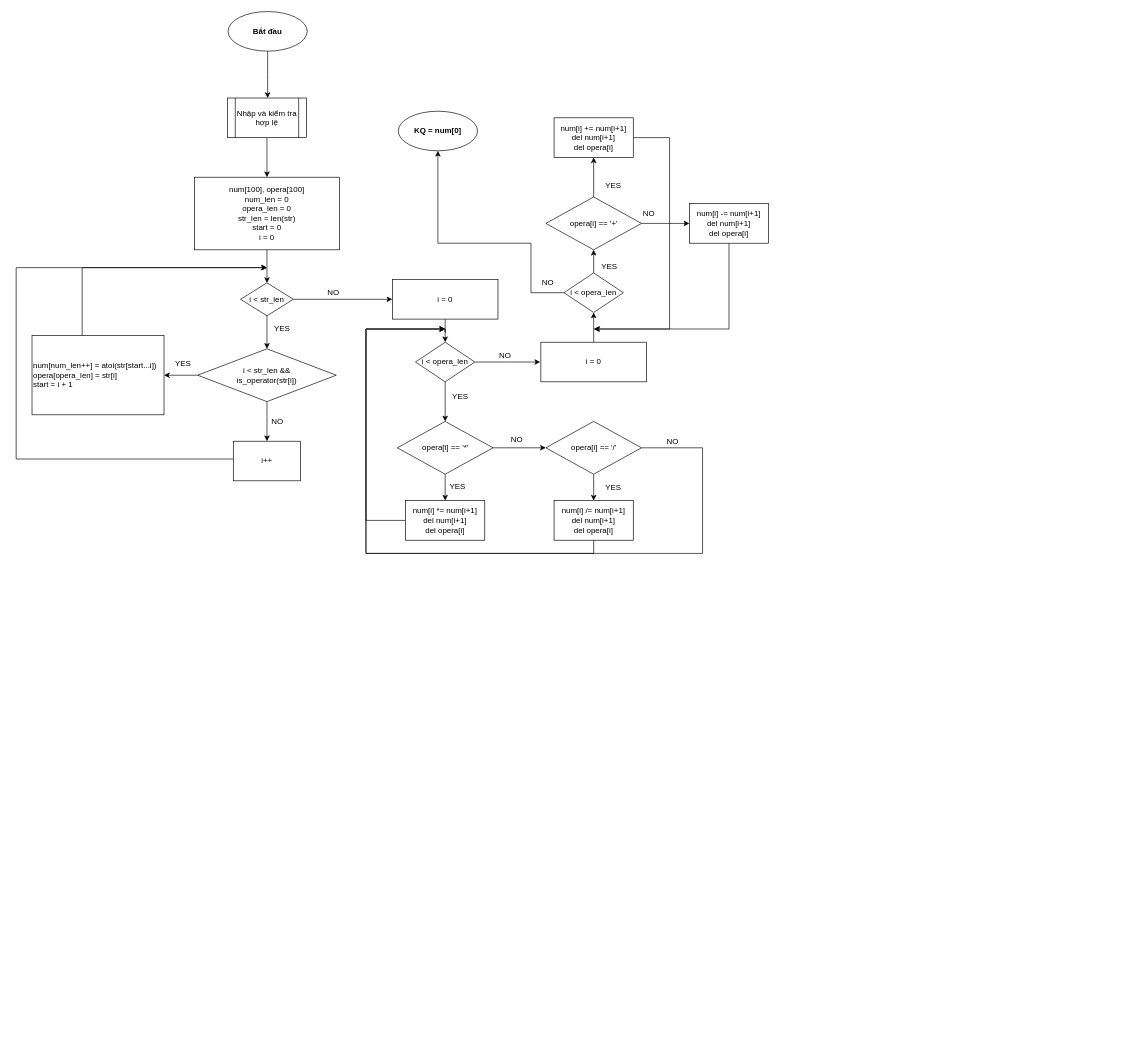
The draw.io diagram page "Main" (1 of 2) of Diagram.drawio in behitek/draw.io, before the edit. Source tidied: cells renumbered, new cells numbered last; positions are measured from the earlier drawing's top-left corner, leaving out a move shared by most shapes. Both pictures are drawn from the tidied source at 66%, with x=0, y=0 at pixel (16, 11).
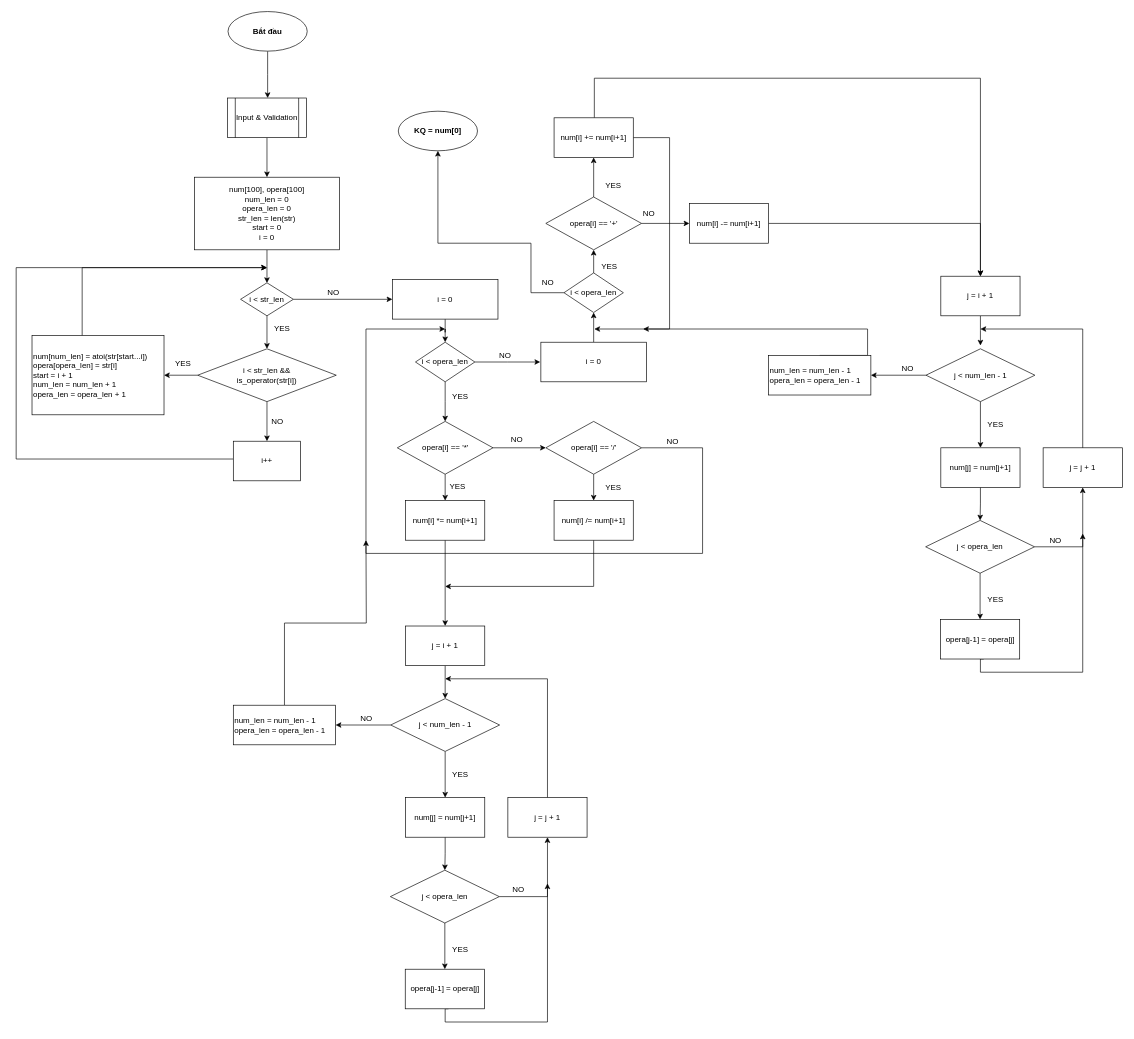
Above is the later version.

Change to the diagram source:
```diff
@@
-    <mxCell id="17" value="num[num_len++] = atoi(str[start...i])&lt;br&gt;opera[opera_len] = str[i]&lt;br&gt;start = i + 1&lt;br&gt;" style="rounded=0;whiteSpace=wrap;html=1;align=left;" parent="1" vertex="1">
+    <mxCell id="17" value="num[num_len] = atoi(str[start...i])&lt;br&gt;opera[opera_len] = str[i]&lt;br&gt;start = i + 1&lt;br&gt;num_len = num_len + 1&lt;br&gt;opera_len = opera_len + 1&lt;br&gt;" style="rounded=0;whiteSpace=wrap;html=1;align=left;" parent="1" vertex="1">
       <mxGeometry x="24" y="491" width="200" height="120" as="geometry" />
     </mxCell>
@@
-    <mxCell id="32" style="edgeStyle=orthogonalEdgeStyle;rounded=0;jettySize=auto;html=1;exitX=0;exitY=0.5;exitDx=0;exitDy=0;" parent="1" edge="1" source="33">
-      <mxGeometry relative="1" as="geometry">
-        <mxPoint x="650" y="481" as="targetPoint" />
-        <Array as="points">
-          <mxPoint x="530" y="771" />
-          <mxPoint x="530" y="481" />
-        </Array>
-      </mxGeometry>
-    </mxCell>
+    <mxCell id="60" style="edgeStyle=orthogonalEdgeStyle;rounded=0;jettySize=auto;html=1;exitX=0.5;exitY=1;exitDx=0;exitDy=0;entryX=0.5;entryY=0;entryDx=0;entryDy=0;" parent="1" edge="1" source="33" target="65">
+      <mxGeometry relative="1" as="geometry" />
+    </mxCell>
-    <mxCell id="33" value="num[i] *= num[i+1]&lt;br&gt;del num[i+1]&lt;br&gt;del opera[i]&lt;br&gt;" style="rounded=0;whiteSpace=wrap;html=1;align=center;" parent="1" vertex="1">
+    <mxCell id="33" value="num[i] *= num[i+1]&lt;br&gt;" style="rounded=0;whiteSpace=wrap;html=1;align=center;" parent="1" vertex="1">
       <mxGeometry x="590" y="741" width="120" height="60" as="geometry" />
     </mxCell>
@@
-    <mxCell id="36" style="edgeStyle=orthogonalEdgeStyle;rounded=0;jettySize=auto;html=1;exitX=0.5;exitY=1;exitDx=0;exitDy=0;" parent="1" edge="1" source="37">
-      <mxGeometry relative="1" as="geometry">
-        <mxPoint x="650" y="481" as="targetPoint" />
-        <Array as="points">
-          <mxPoint x="875" y="821" />
-          <mxPoint x="530" y="821" />
-          <mxPoint x="530" y="481" />
-        </Array>
-      </mxGeometry>
-    </mxCell>
+    <mxCell id="61" style="edgeStyle=orthogonalEdgeStyle;rounded=0;jettySize=auto;html=1;exitX=0.5;exitY=1;exitDx=0;exitDy=0;" parent="1" edge="1" source="37">
+      <mxGeometry relative="1" as="geometry">
+        <mxPoint x="650" y="871" as="targetPoint" />
+        <Array as="points">
+          <mxPoint x="875" y="871" />
+          <mxPoint x="650" y="871" />
+        </Array>
+      </mxGeometry>
+    </mxCell>
-    <mxCell id="37" value="num[i] /= num[i+1]&lt;br&gt;del num[i+1]&lt;br&gt;del opera[i]&lt;br&gt;" style="rounded=0;whiteSpace=wrap;html=1;align=center;" parent="1" vertex="1">
+    <mxCell id="37" value="num[i] /= num[i+1]&lt;br&gt;" style="rounded=0;whiteSpace=wrap;html=1;align=center;" parent="1" vertex="1">
       <mxGeometry x="815" y="741" width="120" height="60" as="geometry" />
     </mxCell>
@@
+    <mxCell id="62" style="edgeStyle=orthogonalEdgeStyle;rounded=0;jettySize=auto;html=1;exitX=0.5;exitY=0;exitDx=0;exitDy=0;entryX=0.5;entryY=0;entryDx=0;entryDy=0;" parent="1" edge="1" target="83">
+      <mxGeometry relative="1" as="geometry">
+        <mxPoint x="876" y="161" as="sourcePoint" />
+        <Array as="points">
+          <mxPoint x="876" y="101" />
+          <mxPoint x="1461" y="101" />
+        </Array>
+      </mxGeometry>
+    </mxCell>
-    <mxCell id="48" value="num[i] += num[i+1]&lt;br&gt;del num[i+1]&lt;br&gt;del opera[i]&lt;br&gt;" style="rounded=0;whiteSpace=wrap;html=1;align=center;" parent="1" vertex="1">
+    <mxCell id="48" value="num[i] += num[i+1]&lt;br&gt;" style="rounded=0;whiteSpace=wrap;html=1;align=center;" parent="1" vertex="1">
       <mxGeometry x="815" y="161" width="120" height="60" as="geometry" />
     </mxCell>
@@
-    <mxCell id="54" style="edgeStyle=orthogonalEdgeStyle;rounded=0;jettySize=auto;html=1;exitX=0.5;exitY=1;exitDx=0;exitDy=0;" parent="1" edge="1" source="55">
-      <mxGeometry relative="1" as="geometry">
-        <mxPoint x="875" y="481" as="targetPoint" />
-        <Array as="points">
-          <mxPoint x="1080" y="481" />
-        </Array>
-      </mxGeometry>
-    </mxCell>
+    <mxCell id="63" style="edgeStyle=orthogonalEdgeStyle;rounded=0;jettySize=auto;html=1;exitX=1;exitY=0.5;exitDx=0;exitDy=0;" parent="1" edge="1" source="55" target="83">
+      <mxGeometry relative="1" as="geometry" />
+    </mxCell>
-    <mxCell id="55" value="num[i] -= num[i+1]&lt;br&gt;del num[i+1]&lt;br&gt;del opera[i]&lt;br&gt;" style="rounded=0;whiteSpace=wrap;html=1;align=center;" parent="1" vertex="1">
+    <mxCell id="55" value="num[i] -= num[i+1]&lt;br&gt;" style="rounded=0;whiteSpace=wrap;html=1;align=center;" parent="1" vertex="1">
       <mxGeometry x="1020" y="291" width="120" height="60" as="geometry" />
     </mxCell>
@@
-    <mxCell id="59" value="Nhập và kiểm tra hợp lệ" style="shape=process;whiteSpace=wrap;html=1;backgroundOutline=1;" parent="1" vertex="1">
+    <mxCell id="59" value="Input &amp;amp; Validation" style="shape=process;whiteSpace=wrap;html=1;backgroundOutline=1;" parent="1" vertex="1">
       <mxGeometry x="320" y="131" width="120" height="60" as="geometry" />
     </mxCell>
+    <mxCell id="64" style="edgeStyle=orthogonalEdgeStyle;rounded=0;jettySize=auto;html=1;exitX=0.5;exitY=1;exitDx=0;exitDy=0;entryX=0.5;entryY=0;entryDx=0;entryDy=0;" parent="1" edge="1" source="65" target="68">
+      <mxGeometry relative="1" as="geometry" />
+    </mxCell>
+    <mxCell id="65" value="j = i + 1" style="rounded=0;whiteSpace=wrap;html=1;" parent="1" vertex="1">
+      <mxGeometry x="590" y="931" width="120" height="60" as="geometry" />
+    </mxCell>
+    <mxCell id="66" style="edgeStyle=orthogonalEdgeStyle;rounded=0;jettySize=auto;html=1;exitX=0.5;exitY=1;exitDx=0;exitDy=0;entryX=0.5;entryY=0;entryDx=0;entryDy=0;" parent="1" edge="1" source="68" target="70">
+      <mxGeometry relative="1" as="geometry" />
+    </mxCell>
+    <mxCell id="67" style="edgeStyle=orthogonalEdgeStyle;rounded=0;jettySize=auto;html=1;exitX=0;exitY=0.5;exitDx=0;exitDy=0;entryX=1;entryY=0.5;entryDx=0;entryDy=0;" parent="1" edge="1" source="68" target="81">
+      <mxGeometry relative="1" as="geometry" />
+    </mxCell>
+    <mxCell id="68" value="j &amp;lt; num_len - 1" style="rhombus;whiteSpace=wrap;html=1;" parent="1" vertex="1">
+      <mxGeometry x="567.5" y="1041" width="165" height="80" as="geometry" />
+    </mxCell>
+    <mxCell id="69" style="edgeStyle=orthogonalEdgeStyle;rounded=0;jettySize=auto;html=1;exitX=0.5;exitY=1;exitDx=0;exitDy=0;entryX=0.5;entryY=0;entryDx=0;entryDy=0;" parent="1" edge="1" source="70" target="72">
+      <mxGeometry relative="1" as="geometry" />
+    </mxCell>
+    <mxCell id="70" value="num[j] = num[j+1]" style="rounded=0;whiteSpace=wrap;html=1;" parent="1" vertex="1">
+      <mxGeometry x="590" y="1191" width="120" height="60" as="geometry" />
+    </mxCell>
+    <mxCell id="71" style="edgeStyle=orthogonalEdgeStyle;rounded=0;jettySize=auto;html=1;exitX=1;exitY=0.5;exitDx=0;exitDy=0;entryX=0.5;entryY=1;entryDx=0;entryDy=0;" parent="1" edge="1" source="72" target="79">
+      <mxGeometry relative="1" as="geometry" />
+    </mxCell>
+    <mxCell id="72" value="j &amp;lt; opera_len" style="rhombus;whiteSpace=wrap;html=1;" parent="1" vertex="1">
+      <mxGeometry x="567" y="1301" width="165" height="80" as="geometry" />
+    </mxCell>
+    <mxCell id="73" style="edgeStyle=orthogonalEdgeStyle;rounded=0;jettySize=auto;html=1;exitX=0.5;exitY=1;exitDx=0;exitDy=0;entryX=0.5;entryY=0;entryDx=0;entryDy=0;" parent="1" edge="1" source="72" target="75">
+      <mxGeometry relative="1" as="geometry" />
+    </mxCell>
+    <mxCell id="74" style="edgeStyle=orthogonalEdgeStyle;rounded=0;orthogonalLoop=1;jettySize=auto;html=1;exitX=0.5;exitY=1;exitDx=0;exitDy=0;" parent="1" edge="1">
+      <mxGeometry relative="1" as="geometry">
+        <mxPoint x="655" y="1511" as="sourcePoint" />
+        <mxPoint x="805" y="1321" as="targetPoint" />
+        <Array as="points">
+          <mxPoint x="650" y="1511" />
+          <mxPoint x="650" y="1531" />
+          <mxPoint x="805" y="1531" />
+        </Array>
+      </mxGeometry>
+    </mxCell>
+    <mxCell id="75" value="opera[j-1] = opera[j]" style="rounded=0;whiteSpace=wrap;html=1;" parent="1" vertex="1">
+      <mxGeometry x="589.5" y="1451" width="120" height="60" as="geometry" />
+    </mxCell>
+    <mxCell id="76" value="YES" style="text;html=1;align=left;verticalAlign=top;spacingTop=-4;" parent="1" vertex="1">
+      <mxGeometry x="659" y="1146" width="40" height="20" as="geometry" />
+    </mxCell>
+    <mxCell id="77" value="YES" style="text;html=1;align=left;verticalAlign=top;spacingTop=-4;" parent="1" vertex="1">
+      <mxGeometry x="659" y="1411" width="40" height="20" as="geometry" />
+    </mxCell>
+    <mxCell id="78" style="edgeStyle=orthogonalEdgeStyle;rounded=0;jettySize=auto;html=1;exitX=0.5;exitY=0;exitDx=0;exitDy=0;" parent="1" edge="1" source="79">
+      <mxGeometry relative="1" as="geometry">
+        <mxPoint x="650" y="1011" as="targetPoint" />
+        <Array as="points">
+          <mxPoint x="805" y="1011" />
+        </Array>
+      </mxGeometry>
+    </mxCell>
+    <mxCell id="79" value="j = j + 1" style="rounded=0;whiteSpace=wrap;html=1;" parent="1" vertex="1">
+      <mxGeometry x="745" y="1191" width="120" height="60" as="geometry" />
+    </mxCell>
+    <mxCell id="80" style="edgeStyle=orthogonalEdgeStyle;rounded=0;jettySize=auto;html=1;exitX=0.5;exitY=0;exitDx=0;exitDy=0;" parent="1" edge="1" source="81">
+      <mxGeometry relative="1" as="geometry">
+        <mxPoint x="530" y="801" as="targetPoint" />
+      </mxGeometry>
+    </mxCell>
+    <mxCell id="81" value="num_len = num_len - 1&lt;br&gt;opera_len = opera_len - 1&lt;br&gt;" style="rounded=0;whiteSpace=wrap;html=1;align=left;" parent="1" vertex="1">
+      <mxGeometry x="329" y="1051" width="155" height="60" as="geometry" />
+    </mxCell>
+    <mxCell id="82" style="edgeStyle=orthogonalEdgeStyle;rounded=0;jettySize=auto;html=1;exitX=0.5;exitY=1;exitDx=0;exitDy=0;" parent="1" edge="1" source="83">
+      <mxGeometry relative="1" as="geometry">
+        <mxPoint x="1461" y="506" as="targetPoint" />
+      </mxGeometry>
+    </mxCell>
+    <mxCell id="83" value="j = i + 1" style="rounded=0;whiteSpace=wrap;html=1;" parent="1" vertex="1">
+      <mxGeometry x="1401" y="401" width="120" height="60" as="geometry" />
+    </mxCell>
+    <mxCell id="84" style="edgeStyle=orthogonalEdgeStyle;rounded=0;jettySize=auto;html=1;exitX=0.5;exitY=0;exitDx=0;exitDy=0;" parent="1" edge="1" source="85">
+      <mxGeometry relative="1" as="geometry">
+        <mxPoint x="950" y="481" as="targetPoint" />
+        <Array as="points">
+          <mxPoint x="1290" y="481" />
+        </Array>
+      </mxGeometry>
+    </mxCell>
+    <mxCell id="85" value="num_len = num_len - 1&lt;br&gt;opera_len = opera_len - 1&lt;br&gt;" style="rounded=0;whiteSpace=wrap;html=1;align=left;" parent="1" vertex="1">
+      <mxGeometry x="1140" y="521" width="155" height="60" as="geometry" />
+    </mxCell>
+    <mxCell id="86" style="edgeStyle=orthogonalEdgeStyle;rounded=0;jettySize=auto;html=1;exitX=0;exitY=0.5;exitDx=0;exitDy=0;entryX=1;entryY=0.5;entryDx=0;entryDy=0;" parent="1" edge="1" source="87" target="85">
+      <mxGeometry relative="1" as="geometry" />
+    </mxCell>
+    <mxCell id="87" value="j &amp;lt; num_len - 1" style="rhombus;whiteSpace=wrap;html=1;" parent="1" vertex="1">
+      <mxGeometry x="1378.5" y="511" width="165" height="80" as="geometry" />
+    </mxCell>
+    <mxCell id="88" style="edgeStyle=orthogonalEdgeStyle;rounded=0;jettySize=auto;html=1;exitX=0.5;exitY=1;exitDx=0;exitDy=0;entryX=0.5;entryY=0;entryDx=0;entryDy=0;" parent="1" edge="1" source="89" target="91">
+      <mxGeometry relative="1" as="geometry" />
+    </mxCell>
+    <mxCell id="89" value="num[j] = num[j+1]" style="rounded=0;whiteSpace=wrap;html=1;" parent="1" vertex="1">
+      <mxGeometry x="1401" y="661" width="120" height="60" as="geometry" />
+    </mxCell>
+    <mxCell id="90" style="edgeStyle=orthogonalEdgeStyle;rounded=0;jettySize=auto;html=1;exitX=1;exitY=0.5;exitDx=0;exitDy=0;entryX=0.5;entryY=1;entryDx=0;entryDy=0;" parent="1" edge="1" source="91" target="95">
+      <mxGeometry relative="1" as="geometry" />
+    </mxCell>
+    <mxCell id="91" value="j &amp;lt; opera_len" style="rhombus;whiteSpace=wrap;html=1;" parent="1" vertex="1">
+      <mxGeometry x="1378" y="771" width="165" height="80" as="geometry" />
+    </mxCell>
+    <mxCell id="92" style="edgeStyle=orthogonalEdgeStyle;rounded=0;jettySize=auto;html=1;exitX=0.5;exitY=1;exitDx=0;exitDy=0;entryX=0.5;entryY=0;entryDx=0;entryDy=0;" parent="1" edge="1" source="91" target="94">
+      <mxGeometry relative="1" as="geometry" />
+    </mxCell>
+    <mxCell id="93" style="edgeStyle=orthogonalEdgeStyle;rounded=0;orthogonalLoop=1;jettySize=auto;html=1;exitX=0.5;exitY=1;exitDx=0;exitDy=0;" parent="1" edge="1">
+      <mxGeometry relative="1" as="geometry">
+        <mxPoint x="1466" y="981" as="sourcePoint" />
+        <mxPoint x="1616" y="791" as="targetPoint" />
+        <Array as="points">
+          <mxPoint x="1461" y="981" />
+          <mxPoint x="1461" y="1001" />
+          <mxPoint x="1616" y="1001" />
+        </Array>
+      </mxGeometry>
+    </mxCell>
+    <mxCell id="94" value="opera[j-1] = opera[j]" style="rounded=0;whiteSpace=wrap;html=1;" parent="1" vertex="1">
+      <mxGeometry x="1400.5" y="921" width="120" height="60" as="geometry" />
+    </mxCell>
+    <mxCell id="95" value="j = j + 1" style="rounded=0;whiteSpace=wrap;html=1;" parent="1" vertex="1">
+      <mxGeometry x="1556" y="661" width="120" height="60" as="geometry" />
+    </mxCell>
+    <mxCell id="96" style="edgeStyle=orthogonalEdgeStyle;rounded=0;jettySize=auto;html=1;exitX=0.5;exitY=0;exitDx=0;exitDy=0;" parent="1" edge="1" source="95">
+      <mxGeometry relative="1" as="geometry">
+        <mxPoint x="1461" y="481" as="targetPoint" />
+        <Array as="points">
+          <mxPoint x="1616" y="481" />
+        </Array>
+      </mxGeometry>
+    </mxCell>
+    <mxCell id="97" style="edgeStyle=orthogonalEdgeStyle;rounded=0;jettySize=auto;html=1;exitX=0.5;exitY=1;exitDx=0;exitDy=0;entryX=0.5;entryY=0;entryDx=0;entryDy=0;" parent="1" edge="1" source="87" target="89">
+      <mxGeometry relative="1" as="geometry" />
+    </mxCell>
+    <mxCell id="98" value="YES" style="text;html=1;align=left;verticalAlign=top;spacingTop=-4;" parent="1" vertex="1">
+      <mxGeometry x="1470" y="616" width="40" height="20" as="geometry" />
+    </mxCell>
+    <mxCell id="99" value="YES" style="text;html=1;align=left;verticalAlign=top;spacingTop=-4;" parent="1" vertex="1">
+      <mxGeometry x="1470" y="881" width="40" height="20" as="geometry" />
+    </mxCell>
+    <mxCell id="100" value="NO" style="text;html=1;align=left;verticalAlign=top;spacingTop=-4;" parent="1" vertex="1">
+      <mxGeometry x="520" y="1061" width="30" height="20" as="geometry" />
+    </mxCell>
+    <mxCell id="101" value="NO" style="text;html=1;align=left;verticalAlign=top;spacingTop=-4;" parent="1" vertex="1">
+      <mxGeometry x="750" y="1321" width="30" height="20" as="geometry" />
+    </mxCell>
+    <mxCell id="102" value="NO" style="text;html=1;align=left;verticalAlign=top;spacingTop=-4;" parent="1" vertex="1">
+      <mxGeometry x="1564" y="791" width="30" height="20" as="geometry" />
+    </mxCell>
+    <mxCell id="103" value="NO" style="text;html=1;align=left;verticalAlign=top;spacingTop=-4;" parent="1" vertex="1">
+      <mxGeometry x="1340" y="531" width="30" height="20" as="geometry" />
+    </mxCell>
```
